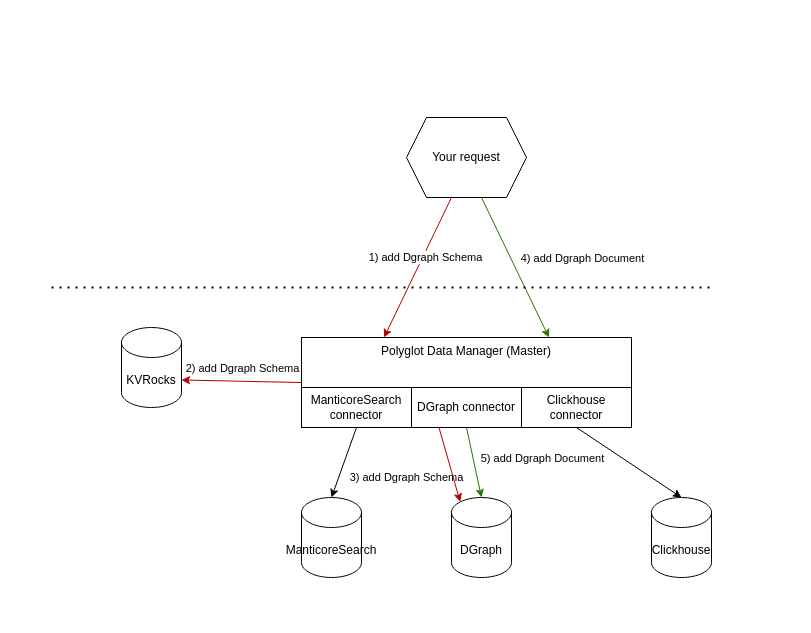
This is docs/schemas/archi.drawio from fenix01/polyglot-data-manager, a draw.io file, before an edit. Source tidied: cells renumbered, new cells numbered last; positions are measured from the earlier drawing's top-left corner, leaving out a move shared by most shapes. Both pictures are drawn from the tidied source at 100%, with x=0, y=0 at pixel (51, 117).
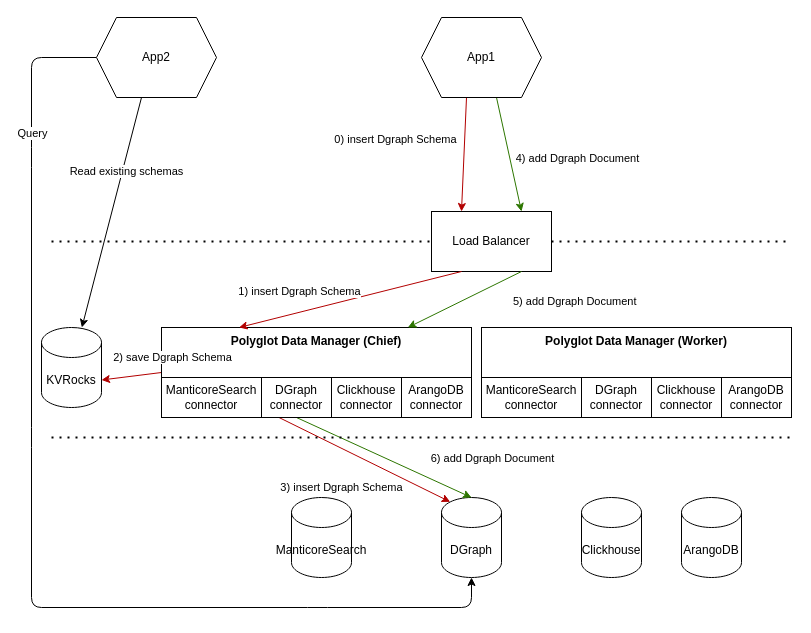
After the change.

What changed in the source:
```diff
@@
     <mxCell id="2" value="ManticoreSearch" style="shape=cylinder3;whiteSpace=wrap;html=1;boundedLbl=1;backgroundOutline=1;size=15;" parent="1" vertex="1">
-      <mxGeometry x="250" y="380" width="60" height="80" as="geometry" />
+      <mxGeometry x="240" y="380" width="60" height="80" as="geometry" />
     </mxCell>
     <mxCell id="3" value="DGraph" style="shape=cylinder3;whiteSpace=wrap;html=1;boundedLbl=1;backgroundOutline=1;size=15;" parent="1" vertex="1">
-      <mxGeometry x="400" y="380" width="60" height="80" as="geometry" />
+      <mxGeometry x="390" y="380" width="60" height="80" as="geometry" />
     </mxCell>
     <mxCell id="4" value="KVRocks" style="shape=cylinder3;whiteSpace=wrap;html=1;boundedLbl=1;backgroundOutline=1;size=15;" parent="1" vertex="1">
-      <mxGeometry x="70" y="210" width="60" height="80" as="geometry" />
+      <mxGeometry x="-10" y="210" width="60" height="80" as="geometry" />
     </mxCell>
     <mxCell id="5" value="Clickhouse" style="shape=cylinder3;whiteSpace=wrap;html=1;boundedLbl=1;backgroundOutline=1;size=15;" parent="1" vertex="1">
-      <mxGeometry x="600" y="380" width="60" height="80" as="geometry" />
+      <mxGeometry x="530" y="380" width="60" height="80" as="geometry" />
     </mxCell>
@@
-    <mxCell id="7" value="Polyglot Data Manager (Master)" style="rounded=0;whiteSpace=wrap;html=1;verticalAlign=top;" parent="1" vertex="1">
-      <mxGeometry x="250" y="220" width="330" height="90" as="geometry" />
+    <mxCell id="7" value="&lt;b&gt;Polyglot Data Manager (Chief)&lt;/b&gt;" style="rounded=0;whiteSpace=wrap;html=1;verticalAlign=top;" parent="1" vertex="1">
+      <mxGeometry x="110" y="210" width="310" height="90" as="geometry" />
     </mxCell>
-    <mxCell id="8" style="edgeStyle=none;html=1;exitX=0.375;exitY=1;exitDx=0;exitDy=0;entryX=0.25;entryY=0;entryDx=0;entryDy=0;fillColor=#e51400;strokeColor=#B20000;" parent="1" edge="1" source="11" target="7">
+    <mxCell id="8" style="edgeStyle=none;html=1;exitX=0.375;exitY=1;exitDx=0;exitDy=0;fillColor=#e51400;strokeColor=#B20000;entryX=0.25;entryY=0;entryDx=0;entryDy=0;" parent="1" edge="1" source="11" target="32">
       <mxGeometry relative="1" as="geometry" />
     </mxCell>
-    <mxCell id="9" value="1) add Dgraph Schema" style="edgeLabel;html=1;align=center;verticalAlign=middle;" parent="8" vertex="1">
-      <mxGeometry x="-0.17" y="2" relative="1" as="geometry" />
+    <mxCell id="9" value="0) insert Dgraph Schema" style="edgeLabel;html=1;align=center;verticalAlign=middle;" parent="8" vertex="1">
+      <mxGeometry x="-0.17" y="2" relative="1" as="geometry">
+        <mxPoint x="-71" y="-6" as="offset" />
+      </mxGeometry>
     </mxCell>
-    <mxCell id="10" style="edgeStyle=none;html=1;exitX=0.625;exitY=1;exitDx=0;exitDy=0;entryX=0.75;entryY=0;entryDx=0;entryDy=0;fillColor=#60a917;strokeColor=#2D7600;" parent="1" edge="1" source="11" target="7">
+    <mxCell id="10" style="edgeStyle=none;html=1;exitX=0.625;exitY=1;exitDx=0;exitDy=0;entryX=0.75;entryY=0;entryDx=0;entryDy=0;fillColor=#60a917;strokeColor=#2D7600;" parent="1" edge="1" source="11" target="32">
       <mxGeometry relative="1" as="geometry" />
     </mxCell>
-    <mxCell id="11" value="Your request" style="shape=hexagon;perimeter=hexagonPerimeter2;whiteSpace=wrap;html=1;fixedSize=1;" parent="1" vertex="1">
-      <mxGeometry x="355" width="120" height="80" as="geometry" />
+    <mxCell id="11" value="App1" style="shape=hexagon;perimeter=hexagonPerimeter2;whiteSpace=wrap;html=1;fixedSize=1;" parent="1" vertex="1">
+      <mxGeometry x="370" y="-100" width="120" height="80" as="geometry" />
     </mxCell>
-    <mxCell id="12" style="endArrow=none;dashed=1;html=1;dashPattern=1 3;strokeWidth=2;" parent="1" edge="1">
+    <mxCell id="12" style="endArrow=none;dashed=1;html=1;dashPattern=1 3;strokeWidth=2;startArrow=none;" parent="1" edge="1" source="32">
       <mxGeometry relative="1" as="geometry">
-        <mxPoint y="170" as="sourcePoint" />
-        <mxPoint x="660" y="170" as="targetPoint" />
+        <mxPoint x="740" y="124" as="targetPoint" />
       </mxGeometry>
     </mxCell>
-    <mxCell id="13" style="edgeStyle=none;html=1;exitX=0.5;exitY=1;exitDx=0;exitDy=0;entryX=0.5;entryY=0;entryDx=0;entryDy=0;entryPerimeter=0;" parent="1" edge="1" source="14" target="2">
-      <mxGeometry relative="1" as="geometry" />
-    </mxCell>
     <mxCell id="14" value="ManticoreSearch connector" style="rounded=0;whiteSpace=wrap;html=1;" parent="1" vertex="1">
-      <mxGeometry x="250" y="270" width="110" height="40" as="geometry" />
+      <mxGeometry x="110" y="260" width="100" height="40" as="geometry" />
     </mxCell>
@@
     <mxCell id="17" value="DGraph connector" style="rounded=0;whiteSpace=wrap;html=1;" parent="1" vertex="1">
-      <mxGeometry x="360" y="270" width="110" height="40" as="geometry" />
+      <mxGeometry x="210" y="260" width="70" height="40" as="geometry" />
     </mxCell>
-    <mxCell id="18" style="edgeStyle=none;html=1;exitX=0.5;exitY=1;exitDx=0;exitDy=0;entryX=0.5;entryY=0;entryDx=0;entryDy=0;entryPerimeter=0;" parent="1" edge="1" source="19" target="5">
-      <mxGeometry relative="1" as="geometry" />
-    </mxCell>
     <mxCell id="19" value="Clickhouse connector" style="rounded=0;whiteSpace=wrap;html=1;" parent="1" vertex="1">
-      <mxGeometry x="470" y="270" width="110" height="40" as="geometry" />
+      <mxGeometry x="280" y="260" width="70" height="40" as="geometry" />
     </mxCell>
-    <mxCell id="20" value="2) add Dgraph Schema" style="edgeLabel;html=1;align=center;verticalAlign=middle;" parent="1" vertex="1">
-      <mxGeometry x="190" y="250" as="geometry" />
+    <mxCell id="20" value="2) save Dgraph Schema" style="edgeLabel;html=1;align=center;verticalAlign=middle;" parent="1" vertex="1">
+      <mxGeometry x="120" y="240" as="geometry">
+        <mxPoint y="-1" as="offset" />
+      </mxGeometry>
     </mxCell>
     <mxCell id="21" value="4) add Dgraph Document" style="edgeLabel;html=1;align=center;verticalAlign=middle;" parent="1" vertex="1">
-      <mxGeometry x="530" y="140" as="geometry" />
+      <mxGeometry x="525" y="40" as="geometry" />
     </mxCell>
-    <mxCell id="22" value="5) add Dgraph Document" style="edgeLabel;html=1;align=center;verticalAlign=middle;" parent="1" vertex="1">
-      <mxGeometry x="490" y="340" as="geometry" />
+    <mxCell id="22" value="6) add Dgraph Document" style="edgeLabel;html=1;align=center;verticalAlign=middle;" parent="1" vertex="1">
+      <mxGeometry x="440" y="340" as="geometry" />
     </mxCell>
-    <mxCell id="23" value="3) add Dgraph Schema" style="text;html=1;align=center;verticalAlign=middle;strokeColor=none;fillColor=none;fontSize=11;" parent="1" vertex="1">
-      <mxGeometry x="290" y="350" width="130" height="20" as="geometry" />
+    <mxCell id="23" value="3) insert Dgraph Schema" style="text;html=1;align=center;verticalAlign=middle;strokeColor=none;fillColor=none;fontSize=11;" parent="1" vertex="1">
+      <mxGeometry x="220" y="360" width="140" height="20" as="geometry" />
     </mxCell>
+    <mxCell id="24" value="ArangoDB connector" style="rounded=0;whiteSpace=wrap;html=1;" parent="1" vertex="1">
+      <mxGeometry x="350" y="260" width="70" height="40" as="geometry" />
+    </mxCell>
+    <mxCell id="25" value="ArangoDB" style="shape=cylinder3;whiteSpace=wrap;html=1;boundedLbl=1;backgroundOutline=1;size=15;" parent="1" vertex="1">
+      <mxGeometry x="630" y="380" width="60" height="80" as="geometry" />
+    </mxCell>
+    <mxCell id="26" style="endArrow=none;dashed=1;html=1;dashPattern=1 3;strokeWidth=2;" parent="1" edge="1">
+      <mxGeometry relative="1" as="geometry">
+        <mxPoint y="320" as="sourcePoint" />
+        <mxPoint x="740" y="320" as="targetPoint" />
+      </mxGeometry>
+    </mxCell>
+    <mxCell id="27" style="edgeStyle=none;html=1;exitX=0;exitY=0.5;exitDx=0;exitDy=0;entryX=0.5;entryY=1;entryDx=0;entryDy=0;entryPerimeter=0;" parent="1" edge="1" source="31" target="3">
+      <mxGeometry relative="1" as="geometry">
+        <Array as="points">
+          <mxPoint x="-20" y="-60" />
+          <mxPoint x="-20" y="40" />
+          <mxPoint x="-20" y="320" />
+          <mxPoint x="-20" y="490" />
+          <mxPoint x="266" y="490" />
+          <mxPoint x="420" y="490" />
+        </Array>
+      </mxGeometry>
+    </mxCell>
+    <mxCell id="28" value="Query" style="edgeLabel;html=1;align=center;verticalAlign=middle;" parent="27" vertex="1">
+      <mxGeometry x="-0.16" relative="1" as="geometry">
+        <mxPoint y="-316" as="offset" />
+      </mxGeometry>
+    </mxCell>
+    <mxCell id="29" style="edgeStyle=none;html=1;exitX=0.375;exitY=1;exitDx=0;exitDy=0;" parent="1" edge="1" source="31" target="4">
+      <mxGeometry relative="1" as="geometry" />
+    </mxCell>
+    <mxCell id="30" value="Read existing schemas" style="edgeLabel;html=1;align=center;verticalAlign=middle;" parent="29" vertex="1">
+      <mxGeometry x="-0.37" y="3" relative="1" as="geometry" />
+    </mxCell>
+    <mxCell id="31" value="App2" style="shape=hexagon;perimeter=hexagonPerimeter2;whiteSpace=wrap;html=1;fixedSize=1;" parent="1" vertex="1">
+      <mxGeometry x="45" y="-100" width="120" height="80" as="geometry" />
+    </mxCell>
+    <mxCell id="32" value="Load Balancer" style="rounded=0;whiteSpace=wrap;html=1;" parent="1" vertex="1">
+      <mxGeometry x="380" y="94" width="120" height="60" as="geometry" />
+    </mxCell>
+    <mxCell id="33" style="endArrow=none;dashed=1;html=1;dashPattern=1 3;strokeWidth=2;" parent="1" edge="1" target="32">
+      <mxGeometry relative="1" as="geometry">
+        <mxPoint y="124" as="sourcePoint" />
+      </mxGeometry>
+    </mxCell>
+    <mxCell id="34" style="edgeStyle=none;html=1;exitX=0.25;exitY=1;exitDx=0;exitDy=0;fillColor=#e51400;strokeColor=#B20000;entryX=0.25;entryY=0;entryDx=0;entryDy=0;" parent="1" edge="1" source="32" target="7">
+      <mxGeometry relative="1" as="geometry" />
+    </mxCell>
+    <mxCell id="35" value="1) insert Dgraph Schema" style="edgeLabel;html=1;align=center;verticalAlign=middle;" parent="34" vertex="1">
+      <mxGeometry x="-0.17" y="2" relative="1" as="geometry">
+        <mxPoint x="-71" y="-6" as="offset" />
+      </mxGeometry>
+    </mxCell>
+    <mxCell id="36" style="edgeStyle=none;html=1;exitX=0.75;exitY=1;exitDx=0;exitDy=0;fillColor=#60a917;strokeColor=#2D7600;" parent="1" edge="1" source="32" target="7">
+      <mxGeometry relative="1" as="geometry" />
+    </mxCell>
+    <mxCell id="37" value="&lt;span style=&quot;color: rgb(0 , 0 , 0) ; font-family: &amp;#34;helvetica&amp;#34; ; font-size: 11px ; font-style: normal ; font-weight: 400 ; letter-spacing: normal ; text-align: center ; text-indent: 0px ; text-transform: none ; word-spacing: 0px ; background-color: rgb(255 , 255 , 255) ; display: inline ; float: none&quot;&gt;5) add Dgraph Document&lt;/span&gt;" style="text;whiteSpace=wrap;html=1;" parent="1" vertex="1">
+      <mxGeometry x="460" y="170" width="150" height="30" as="geometry" />
+    </mxCell>
+    <mxCell id="38" value="&lt;b&gt;Polyglot Data Manager (Worker)&lt;/b&gt;" style="rounded=0;whiteSpace=wrap;html=1;verticalAlign=top;" parent="1" vertex="1">
+      <mxGeometry x="430" y="210" width="310" height="90" as="geometry" />
+    </mxCell>
+    <mxCell id="39" value="ManticoreSearch connector" style="rounded=0;whiteSpace=wrap;html=1;" parent="1" vertex="1">
+      <mxGeometry x="430" y="260" width="100" height="40" as="geometry" />
+    </mxCell>
+    <mxCell id="40" value="DGraph connector" style="rounded=0;whiteSpace=wrap;html=1;" parent="1" vertex="1">
+      <mxGeometry x="530" y="260" width="70" height="40" as="geometry" />
+    </mxCell>
+    <mxCell id="41" value="Clickhouse connector" style="rounded=0;whiteSpace=wrap;html=1;" parent="1" vertex="1">
+      <mxGeometry x="600" y="260" width="70" height="40" as="geometry" />
+    </mxCell>
+    <mxCell id="42" value="ArangoDB connector" style="rounded=0;whiteSpace=wrap;html=1;" parent="1" vertex="1">
+      <mxGeometry x="670" y="260" width="70" height="40" as="geometry" />
+    </mxCell>
```
